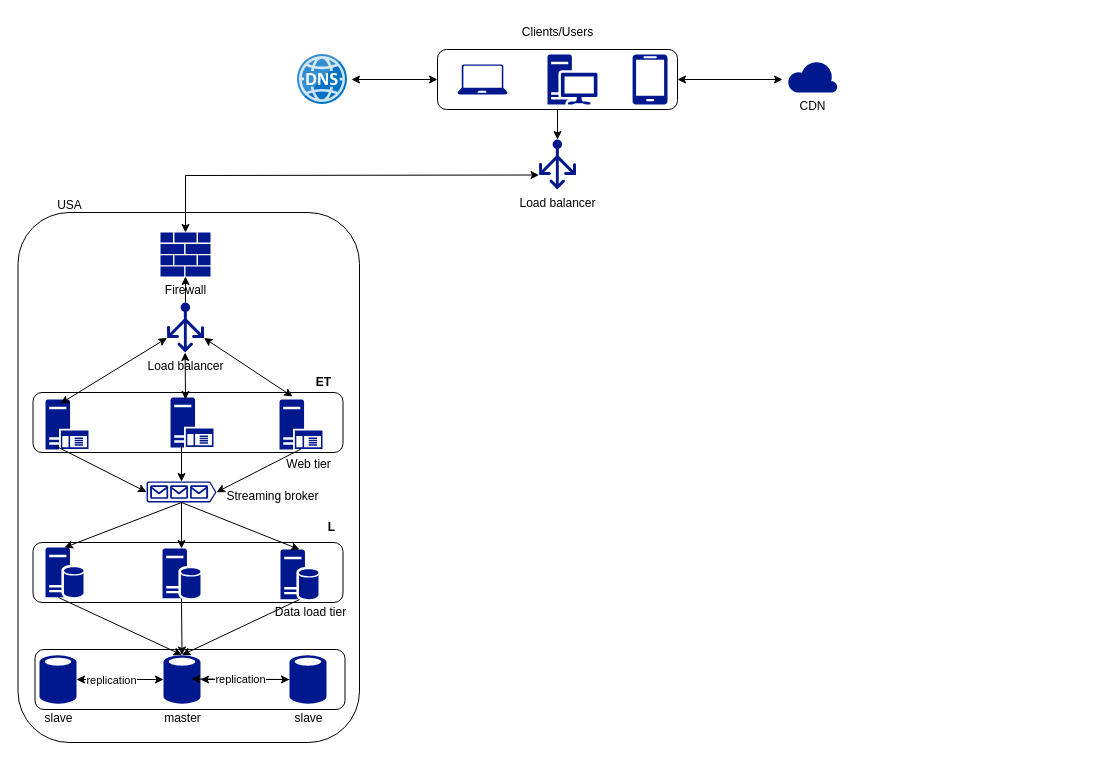
Earlier version of the draw.io diagram resoures/drawio/HLA_architectural_design_0001.drawio (hkravtsov/hla). Source tidied: cells renumbered, new cells numbered last; positions are measured from the earlier drawing's top-left corner, leaving out a move shared by most shapes. Both pictures are drawn from the tidied source at 100%, with x=0, y=0 at pixel (17, 17).
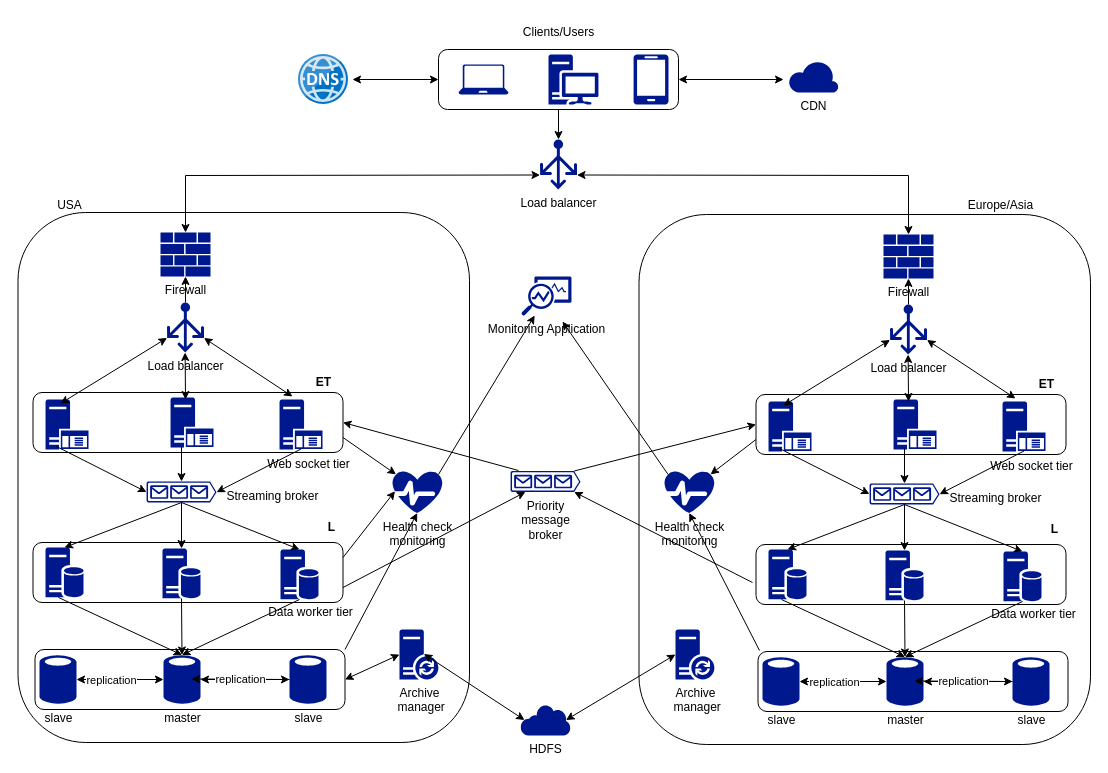
After the change.

The change refers to these unchanged cells:
```xml
<mxCell id="19" style="rounded=1;whiteSpace=wrap;html=1;" parent="1" vertex="1">
  <mxGeometry x="15.5" y="375" width="310" height="60" as="geometry" />
</mxCell>
<mxCell id="32" style="rounded=1;whiteSpace=wrap;html=1;" parent="1" vertex="1">
  <mxGeometry x="15.5" y="525" width="310" height="60" as="geometry" />
</mxCell>
<mxCell id="42" style="rounded=1;whiteSpace=wrap;html=1;" parent="1" vertex="1">
  <mxGeometry x="17.5" y="632" width="310" height="60" as="geometry" />
</mxCell>
```

The edit, as a diff of the source:
```diff
@@
     <mxCell id="2" value="Load balancer" style="sketch=0;shadow=0;dashed=0;html=1;strokeColor=none;labelPosition=center;verticalLabelPosition=bottom;verticalAlign=top;align=center;fillColor=#00188D;shape=mxgraph.azure.load_balancer_generic;" parent="1" vertex="1">
-      <mxGeometry x="521.5" y="122" width="37" height="50" as="geometry" />
+      <mxGeometry x="522.5" y="122" width="37" height="50" as="geometry" />
     </mxCell>
@@
     <mxCell id="4" style="rounded=1;whiteSpace=wrap;html=1;" parent="1" vertex="1">
-      <mxGeometry x="420" y="32" width="240" height="60" as="geometry" />
+      <mxGeometry x="421" y="32" width="240" height="60" as="geometry" />
     </mxCell>
     <mxCell id="5" style="sketch=0;shadow=0;dashed=0;html=1;strokeColor=none;labelPosition=center;verticalLabelPosition=bottom;verticalAlign=top;align=center;fillColor=#00188D;shape=mxgraph.azure.laptop;" parent="1" vertex="1">
-      <mxGeometry x="440" y="47" width="50" height="30" as="geometry" />
+      <mxGeometry x="441" y="47" width="50" height="30" as="geometry" />
     </mxCell>
     <mxCell id="6" style="sketch=0;shadow=0;dashed=0;html=1;strokeColor=none;labelPosition=center;verticalLabelPosition=bottom;verticalAlign=top;align=center;fillColor=#00188D;shape=mxgraph.mscae.enterprise.workstation_client;" parent="1" vertex="1">
-      <mxGeometry x="530" y="37" width="50" height="50" as="geometry" />
+      <mxGeometry x="531" y="37" width="50" height="50" as="geometry" />
     </mxCell>
     <mxCell id="7" style="sketch=0;shadow=0;dashed=0;html=1;strokeColor=none;labelPosition=center;verticalLabelPosition=bottom;verticalAlign=top;align=center;fillColor=#00188D;shape=mxgraph.azure.mobile;" parent="1" vertex="1">
-      <mxGeometry x="615" y="37" width="35" height="50" as="geometry" />
+      <mxGeometry x="616" y="37" width="35" height="50" as="geometry" />
     </mxCell>
     <mxCell id="8" style="image;sketch=0;html=1;points=[];align=center;fontSize=12;image=img/lib/mscae/DNS.svg;" parent="1" vertex="1">
-      <mxGeometry x="280" y="37" width="50" height="50" as="geometry" />
+      <mxGeometry x="281" y="37" width="50" height="50" as="geometry" />
     </mxCell>
@@
     <mxCell id="10" value="Clients/Users" style="text;html=1;align=center;verticalAlign=middle;strokeColor=none;fillColor=none;" parent="1" vertex="1">
-      <mxGeometry x="495" width="90" height="30" as="geometry" />
+      <mxGeometry x="496" width="90" height="30" as="geometry" />
     </mxCell>
     <mxCell id="11" value="CDN" style="sketch=0;shadow=0;dashed=0;html=1;strokeColor=none;labelPosition=center;verticalLabelPosition=bottom;verticalAlign=top;align=center;fillColor=#00188D;shape=mxgraph.azure.cloud;" parent="1" vertex="1">
-      <mxGeometry x="770" y="43" width="50" height="32" as="geometry" />
+      <mxGeometry x="771" y="43" width="50" height="32" as="geometry" />
     </mxCell>
@@
     <mxCell id="13" style="rounded=1;whiteSpace=wrap;html=1;" parent="1" vertex="1">
-      <mxGeometry x="0.5" y="195" width="341.5" height="530" as="geometry" />
+      <mxGeometry x="0.5" y="195" width="451.5" height="530" as="geometry" />
     </mxCell>
@@
-    <mxCell id="27" value="Web tier" style="text;html=1;align=center;verticalAlign=middle;strokeColor=none;fillColor=none;" parent="1" vertex="1">
-      <mxGeometry x="255.5" y="432" width="70" height="30" as="geometry" />
+    <mxCell id="27" value="Web socket tier" style="text;html=1;align=center;verticalAlign=middle;strokeColor=none;fillColor=none;" parent="1" vertex="1">
+      <mxGeometry x="235.5" y="432" width="110" height="30" as="geometry" />
     </mxCell>
@@
-    <mxCell id="41" value="Data load tier" style="text;html=1;align=center;verticalAlign=middle;strokeColor=none;fillColor=none;" parent="1" vertex="1">
-      <mxGeometry x="247.5" y="580" width="90" height="30" as="geometry" />
+    <mxCell id="41" value="Data worker tier" style="text;html=1;align=center;verticalAlign=middle;strokeColor=none;fillColor=none;" parent="1" vertex="1">
+      <mxGeometry x="237.5" y="580" width="110" height="30" as="geometry" />
     </mxCell>
@@
+    <mxCell id="54" value="Health check &lt;br&gt;monitoring" style="sketch=0;shadow=0;dashed=0;html=1;strokeColor=none;labelPosition=center;verticalLabelPosition=bottom;verticalAlign=top;align=center;fillColor=#00188D;shape=mxgraph.azure.health_monitoring;" parent="1" vertex="1">
+      <mxGeometry x="375" y="453.5" width="50" height="42" as="geometry" />
+    </mxCell>
+    <mxCell id="55" value="Monitoring Application" style="sketch=0;shadow=0;dashed=0;html=1;strokeColor=none;labelPosition=center;verticalLabelPosition=bottom;verticalAlign=top;align=center;fillColor=#00188D;shape=mxgraph.mscae.enterprise.monitor_running_apps;" parent="1" vertex="1">
+      <mxGeometry x="504" y="259" width="50" height="39" as="geometry" />
+    </mxCell>
+    <mxCell id="56" value="Archive&lt;br&gt;&amp;nbsp;manager" style="sketch=0;shadow=0;dashed=0;html=1;strokeColor=none;labelPosition=center;verticalLabelPosition=bottom;verticalAlign=top;align=center;fillColor=#00188D;shape=mxgraph.mscae.enterprise.database_synchronization;" parent="1" vertex="1">
+      <mxGeometry x="382" y="612" width="39" height="50" as="geometry" />
+    </mxCell>
+    <mxCell id="57" style="endArrow=classic;startArrow=classic;html=1;rounded=0;entryX=0;entryY=0.5;entryDx=0;entryDy=0;entryPerimeter=0;exitX=1;exitY=0.5;exitDx=0;exitDy=0;" parent="1" edge="1" source="42" target="56">
+      <mxGeometry relative="1" as="geometry" />
+    </mxCell>
+    <mxCell id="58" style="endArrow=classic;html=1;rounded=0;exitX=1;exitY=0.75;exitDx=0;exitDy=0;entryX=0.07;entryY=0.08;entryDx=0;entryDy=0;entryPerimeter=0;" parent="1" edge="1" source="19" target="54">
+      <mxGeometry relative="1" as="geometry" />
+    </mxCell>
+    <mxCell id="59" style="endArrow=classic;html=1;rounded=0;entryX=0.05;entryY=0.48;entryDx=0;entryDy=0;entryPerimeter=0;exitX=1;exitY=0.25;exitDx=0;exitDy=0;" parent="1" edge="1" source="32" target="54">
+      <mxGeometry relative="1" as="geometry" />
+    </mxCell>
+    <mxCell id="60" style="endArrow=classic;html=1;rounded=0;entryX=0.495;entryY=1;entryDx=0;entryDy=0;entryPerimeter=0;exitX=1;exitY=0;exitDx=0;exitDy=0;" parent="1" edge="1" source="42" target="54">
+      <mxGeometry relative="1" as="geometry" />
+    </mxCell>
+    <mxCell id="61" style="endArrow=classic;html=1;rounded=0;exitX=0.92;exitY=0.08;exitDx=0;exitDy=0;exitPerimeter=0;" parent="1" edge="1" source="54" target="55">
+      <mxGeometry relative="1" as="geometry" />
+    </mxCell>
+    <mxCell id="62" value="Priority &lt;br&gt;message &lt;br&gt;broker" style="sketch=0;shadow=0;dashed=0;html=1;strokeColor=none;labelPosition=center;verticalLabelPosition=bottom;verticalAlign=top;align=center;fillColor=#00188D;shape=mxgraph.azure.queue_generic;" parent="1" vertex="1">
+      <mxGeometry x="493" y="453.5" width="70" height="21" as="geometry" />
+    </mxCell>
+    <mxCell id="63" value="HDFS" style="sketch=0;shadow=0;dashed=0;html=1;strokeColor=none;labelPosition=center;verticalLabelPosition=bottom;verticalAlign=top;align=center;fillColor=#00188D;shape=mxgraph.mscae.enterprise.internet;" parent="1" vertex="1">
+      <mxGeometry x="503" y="687" width="50" height="31" as="geometry" />
+    </mxCell>
+    <mxCell id="64" style="endArrow=classic;startArrow=classic;html=1;rounded=0;exitX=0.625;exitY=0.49;exitDx=0;exitDy=0;exitPerimeter=0;entryX=0.08;entryY=0.5;entryDx=0;entryDy=0;entryPerimeter=0;" parent="1" edge="1" source="56" target="63">
+      <mxGeometry relative="1" as="geometry" />
+    </mxCell>
+    <mxCell id="65" style="endArrow=classic;html=1;rounded=0;exitX=1;exitY=0.75;exitDx=0;exitDy=0;" parent="1" edge="1" source="32" target="62">
+      <mxGeometry relative="1" as="geometry" />
+    </mxCell>
+    <mxCell id="66" style="endArrow=classic;html=1;rounded=0;exitX=0.114;exitY=-0.024;exitDx=0;exitDy=0;exitPerimeter=0;entryX=1;entryY=0.5;entryDx=0;entryDy=0;" parent="1" edge="1" source="62" target="19">
+      <mxGeometry relative="1" as="geometry" />
+    </mxCell>
+    <mxCell id="67" style="rounded=1;whiteSpace=wrap;html=1;" parent="1" vertex="1">
+      <mxGeometry x="621.5" y="197" width="451.5" height="530" as="geometry" />
+    </mxCell>
+    <mxCell id="68" value="Firewall" style="sketch=0;shadow=0;dashed=0;html=1;strokeColor=none;labelPosition=center;verticalLabelPosition=bottom;verticalAlign=top;align=center;fillColor=#00188D;shape=mxgraph.mscae.enterprise.firewall;" parent="1" vertex="1">
+      <mxGeometry x="866" y="217" width="50" height="44" as="geometry" />
+    </mxCell>
+    <mxCell id="69" style="edgeStyle=orthogonalEdgeStyle;rounded=0;jettySize=auto;html=1;" parent="1" edge="1" source="70" target="68">
+      <mxGeometry relative="1" as="geometry" />
+    </mxCell>
+    <mxCell id="70" value="Load balancer" style="sketch=0;shadow=0;dashed=0;html=1;strokeColor=none;labelPosition=center;verticalLabelPosition=bottom;verticalAlign=top;align=center;fillColor=#00188D;shape=mxgraph.azure.load_balancer_generic;" parent="1" vertex="1">
+      <mxGeometry x="872.5" y="287" width="37" height="50" as="geometry" />
+    </mxCell>
+    <mxCell id="71" style="rounded=1;whiteSpace=wrap;html=1;" parent="1" vertex="1">
+      <mxGeometry x="738.5" y="377" width="310" height="60" as="geometry" />
+    </mxCell>
+    <mxCell id="72" style="sketch=0;shadow=0;dashed=0;html=1;strokeColor=none;labelPosition=center;verticalLabelPosition=bottom;verticalAlign=top;align=center;fillColor=#00188D;shape=mxgraph.mscae.enterprise.application_server;" parent="1" vertex="1">
+      <mxGeometry x="751" y="384" width="43" height="50" as="geometry" />
+    </mxCell>
+    <mxCell id="73" style="sketch=0;shadow=0;dashed=0;html=1;strokeColor=none;labelPosition=center;verticalLabelPosition=bottom;verticalAlign=top;align=center;fillColor=#00188D;shape=mxgraph.mscae.enterprise.application_server;" parent="1" vertex="1">
+      <mxGeometry x="876" y="382" width="43" height="50" as="geometry" />
+    </mxCell>
+    <mxCell id="74" style="sketch=0;shadow=0;dashed=0;html=1;strokeColor=none;labelPosition=center;verticalLabelPosition=bottom;verticalAlign=top;align=center;fillColor=#00188D;shape=mxgraph.mscae.enterprise.application_server;" parent="1" vertex="1">
+      <mxGeometry x="985" y="384" width="43" height="50" as="geometry" />
+    </mxCell>
+    <mxCell id="75" style="endArrow=classic;startArrow=classic;html=1;rounded=0;entryX=0;entryY=0.71;entryDx=0;entryDy=0;entryPerimeter=0;exitX=0.349;exitY=0.08;exitDx=0;exitDy=0;exitPerimeter=0;" parent="1" edge="1" source="72" target="70">
+      <mxGeometry relative="1" as="geometry" />
+    </mxCell>
+    <mxCell id="76" style="endArrow=classic;startArrow=classic;html=1;rounded=0;entryX=0.49;entryY=1;entryDx=0;entryDy=0;entryPerimeter=0;exitX=0.349;exitY=0.04;exitDx=0;exitDy=0;exitPerimeter=0;" parent="1" edge="1" source="73" target="70">
+      <mxGeometry relative="1" as="geometry" />
+    </mxCell>
+    <mxCell id="77" style="endArrow=classic;startArrow=classic;html=1;rounded=0;entryX=1;entryY=0.71;entryDx=0;entryDy=0;entryPerimeter=0;exitX=0.302;exitY=-0.06;exitDx=0;exitDy=0;exitPerimeter=0;" parent="1" edge="1" source="74" target="70">
+      <mxGeometry relative="1" as="geometry" />
+    </mxCell>
+    <mxCell id="78" style="sketch=0;shadow=0;dashed=0;html=1;strokeColor=none;labelPosition=center;verticalLabelPosition=bottom;verticalAlign=top;align=center;fillColor=#00188D;shape=mxgraph.azure.queue_generic;" parent="1" vertex="1">
+      <mxGeometry x="852" y="466" width="70" height="21" as="geometry" />
+    </mxCell>
+    <mxCell id="79" value="Web socket tier" style="text;html=1;align=center;verticalAlign=middle;strokeColor=none;fillColor=none;" parent="1" vertex="1">
+      <mxGeometry x="958.5" y="434" width="110" height="30" as="geometry" />
+    </mxCell>
+    <mxCell id="80" style="endArrow=classic;html=1;rounded=0;exitX=0.256;exitY=0.94;exitDx=0;exitDy=0;exitPerimeter=0;entryX=0;entryY=0.5;entryDx=0;entryDy=0;entryPerimeter=0;" parent="1" edge="1" source="72" target="78">
+      <mxGeometry relative="1" as="geometry" />
+    </mxCell>
+    <mxCell id="81" style="endArrow=classic;html=1;rounded=0;entryX=0.5;entryY=0;entryDx=0;entryDy=0;entryPerimeter=0;exitX=0.256;exitY=0.98;exitDx=0;exitDy=0;exitPerimeter=0;" parent="1" edge="1" source="73" target="78">
+      <mxGeometry relative="1" as="geometry" />
+    </mxCell>
+    <mxCell id="82" style="endArrow=classic;html=1;rounded=0;entryX=1;entryY=0.51;entryDx=0;entryDy=0;entryPerimeter=0;exitX=0.5;exitY=0.99;exitDx=0;exitDy=0;exitPerimeter=0;" parent="1" edge="1" source="74" target="78">
+      <mxGeometry relative="1" as="geometry" />
+    </mxCell>
+    <mxCell id="83" value="Streaming broker" style="text;html=1;align=center;verticalAlign=middle;strokeColor=none;fillColor=none;" parent="1" vertex="1">
+      <mxGeometry x="918" y="466" width="120" height="30" as="geometry" />
+    </mxCell>
+    <mxCell id="84" style="rounded=1;whiteSpace=wrap;html=1;" parent="1" vertex="1">
+      <mxGeometry x="738.5" y="527" width="310" height="60" as="geometry" />
+    </mxCell>
+    <mxCell id="85" value="&lt;b&gt;ET&lt;/b&gt;" style="text;html=1;align=center;verticalAlign=middle;strokeColor=none;fillColor=none;" parent="1" vertex="1">
+      <mxGeometry x="1008.5" y="352" width="40" height="30" as="geometry" />
+    </mxCell>
+    <mxCell id="86" style="sketch=0;shadow=0;dashed=0;html=1;strokeColor=none;labelPosition=center;verticalLabelPosition=bottom;verticalAlign=top;align=center;fillColor=#00188D;shape=mxgraph.mscae.enterprise.database_server;" parent="1" vertex="1">
+      <mxGeometry x="751" y="532" width="38" height="50" as="geometry" />
+    </mxCell>
+    <mxCell id="87" style="sketch=0;shadow=0;dashed=0;html=1;strokeColor=none;labelPosition=center;verticalLabelPosition=bottom;verticalAlign=top;align=center;fillColor=#00188D;shape=mxgraph.mscae.enterprise.database_server;" parent="1" vertex="1">
+      <mxGeometry x="868" y="533" width="38" height="50" as="geometry" />
+    </mxCell>
+    <mxCell id="88" style="sketch=0;shadow=0;dashed=0;html=1;strokeColor=none;labelPosition=center;verticalLabelPosition=bottom;verticalAlign=top;align=center;fillColor=#00188D;shape=mxgraph.mscae.enterprise.database_server;" parent="1" vertex="1">
+      <mxGeometry x="986" y="534" width="38" height="50" as="geometry" />
+    </mxCell>
+    <mxCell id="89" style="endArrow=classic;html=1;rounded=0;exitX=0.5;exitY=1;exitDx=0;exitDy=0;exitPerimeter=0;entryX=0.5;entryY=0;entryDx=0;entryDy=0;entryPerimeter=0;" parent="1" edge="1" source="78" target="86">
+      <mxGeometry relative="1" as="geometry" />
+    </mxCell>
+    <mxCell id="90" style="endArrow=classic;html=1;rounded=0;entryX=0.5;entryY=0;entryDx=0;entryDy=0;entryPerimeter=0;exitX=0.5;exitY=1;exitDx=0;exitDy=0;exitPerimeter=0;" parent="1" edge="1" source="78" target="87">
+      <mxGeometry relative="1" as="geometry" />
+    </mxCell>
+    <mxCell id="91" style="endArrow=classic;html=1;rounded=0;entryX=0.5;entryY=0;entryDx=0;entryDy=0;entryPerimeter=0;exitX=0.5;exitY=1;exitDx=0;exitDy=0;exitPerimeter=0;" parent="1" edge="1" source="78" target="88">
+      <mxGeometry relative="1" as="geometry" />
+    </mxCell>
+    <mxCell id="92" value="&lt;b&gt;L&lt;/b&gt;" style="text;html=1;align=center;verticalAlign=middle;strokeColor=none;fillColor=none;" parent="1" vertex="1">
+      <mxGeometry x="1021.5" y="497" width="30" height="30" as="geometry" />
+    </mxCell>
+    <mxCell id="93" value="Data worker tier" style="text;html=1;align=center;verticalAlign=middle;strokeColor=none;fillColor=none;" parent="1" vertex="1">
+      <mxGeometry x="960.5" y="582" width="110" height="30" as="geometry" />
+    </mxCell>
+    <mxCell id="94" style="rounded=1;whiteSpace=wrap;html=1;" parent="1" vertex="1">
+      <mxGeometry x="740.5" y="634" width="310" height="60" as="geometry" />
+    </mxCell>
+    <mxCell id="95" value="slave" style="sketch=0;shadow=0;dashed=0;html=1;strokeColor=none;labelPosition=center;verticalLabelPosition=bottom;verticalAlign=top;align=center;fillColor=#00188D;shape=mxgraph.mscae.enterprise.database_generic;" parent="1" vertex="1">
+      <mxGeometry x="745" y="639" width="37" height="50" as="geometry" />
+    </mxCell>
+    <mxCell id="96" value="master" style="sketch=0;shadow=0;dashed=0;html=1;strokeColor=none;labelPosition=center;verticalLabelPosition=bottom;verticalAlign=top;align=center;fillColor=#00188D;shape=mxgraph.mscae.enterprise.database_generic;" parent="1" vertex="1">
+      <mxGeometry x="869" y="639" width="37" height="50" as="geometry" />
+    </mxCell>
+    <mxCell id="97" style="edgeStyle=orthogonalEdgeStyle;rounded=0;jettySize=auto;html=1;" parent="1" edge="1" source="98" target="96">
+      <mxGeometry relative="1" as="geometry" />
+    </mxCell>
+    <mxCell id="98" value="slave" style="sketch=0;shadow=0;dashed=0;html=1;strokeColor=none;labelPosition=center;verticalLabelPosition=bottom;verticalAlign=top;align=center;fillColor=#00188D;shape=mxgraph.mscae.enterprise.database_generic;" parent="1" vertex="1">
+      <mxGeometry x="995" y="639" width="37" height="50" as="geometry" />
+    </mxCell>
+    <mxCell id="99" style="endArrow=classic;html=1;rounded=0;entryX=0.5;entryY=0.01;entryDx=0;entryDy=0;entryPerimeter=0;exitX=0.342;exitY=1;exitDx=0;exitDy=0;exitPerimeter=0;" parent="1" edge="1" source="86" target="96">
+      <mxGeometry relative="1" as="geometry" />
+    </mxCell>
+    <mxCell id="100" style="endArrow=classic;html=1;rounded=0;entryX=0.5;entryY=0.01;entryDx=0;entryDy=0;entryPerimeter=0;exitX=0.5;exitY=1;exitDx=0;exitDy=0;exitPerimeter=0;" parent="1" edge="1" source="87" target="96">
+      <mxGeometry relative="1" as="geometry" />
+    </mxCell>
+    <mxCell id="101" style="endArrow=classic;html=1;rounded=0;entryX=0.5;entryY=0.01;entryDx=0;entryDy=0;entryPerimeter=0;exitX=0.5;exitY=1;exitDx=0;exitDy=0;exitPerimeter=0;" parent="1" edge="1" source="88" target="96">
+      <mxGeometry relative="1" as="geometry" />
+    </mxCell>
+    <mxCell id="102" style="endArrow=classic;startArrow=classic;html=1;rounded=0;exitX=1;exitY=0.5;exitDx=0;exitDy=0;exitPerimeter=0;entryX=0;entryY=0.5;entryDx=0;entryDy=0;entryPerimeter=0;" parent="1" edge="1" source="95" target="96">
+      <mxGeometry relative="1" as="geometry" />
+    </mxCell>
+    <mxCell id="103" value="replication" style="edgeLabel;html=1;align=center;verticalAlign=middle;" parent="102" vertex="1">
+      <mxGeometry x="-0.21" relative="1" as="geometry" />
+    </mxCell>
+    <mxCell id="104" style="endArrow=classic;startArrow=classic;html=1;rounded=0;exitX=1;exitY=0.5;exitDx=0;exitDy=0;exitPerimeter=0;entryX=0;entryY=0.5;entryDx=0;entryDy=0;entryPerimeter=0;" parent="1" edge="1" target="98">
+      <mxGeometry relative="1" as="geometry">
+        <mxPoint x="897" y="663.5" as="sourcePoint" />
+      </mxGeometry>
+    </mxCell>
+    <mxCell id="105" value="replication" style="edgeLabel;html=1;align=center;verticalAlign=middle;" parent="104" vertex="1">
+      <mxGeometry x="0.01" relative="1" as="geometry" />
+    </mxCell>
+    <mxCell id="106" value="Health check &lt;br&gt;monitoring" style="sketch=0;shadow=0;dashed=0;html=1;strokeColor=none;labelPosition=center;verticalLabelPosition=bottom;verticalAlign=top;align=center;fillColor=#00188D;shape=mxgraph.azure.health_monitoring;" parent="1" vertex="1">
+      <mxGeometry x="647" y="453.5" width="50" height="42" as="geometry" />
+    </mxCell>
+    <mxCell id="107" value="Archive&lt;br&gt;&amp;nbsp;manager" style="sketch=0;shadow=0;dashed=0;html=1;strokeColor=none;labelPosition=center;verticalLabelPosition=bottom;verticalAlign=top;align=center;fillColor=#00188D;shape=mxgraph.mscae.enterprise.database_synchronization;" parent="1" vertex="1">
+      <mxGeometry x="658" y="612" width="39" height="50" as="geometry" />
+    </mxCell>
+    <mxCell id="108" style="endArrow=classic;html=1;rounded=0;exitX=0;exitY=0.75;exitDx=0;exitDy=0;entryX=0.92;entryY=0.08;entryDx=0;entryDy=0;entryPerimeter=0;" parent="1" edge="1" source="71" target="106">
+      <mxGeometry relative="1" as="geometry" />
+    </mxCell>
+    <mxCell id="109" style="endArrow=classic;html=1;rounded=0;entryX=0.495;entryY=1;entryDx=0;entryDy=0;entryPerimeter=0;exitX=-0.081;exitY=-0.12;exitDx=0;exitDy=0;exitPerimeter=0;" parent="1" edge="1" source="95" target="106">
+      <mxGeometry relative="1" as="geometry" />
+    </mxCell>
+    <mxCell id="110" style="endArrow=classic;startArrow=classic;html=1;rounded=0;exitX=0.91;exitY=0.5;exitDx=0;exitDy=0;exitPerimeter=0;entryX=0;entryY=0.5;entryDx=0;entryDy=0;entryPerimeter=0;" parent="1" edge="1" source="63" target="107">
+      <mxGeometry relative="1" as="geometry" />
+    </mxCell>
+    <mxCell id="111" style="endArrow=classic;html=1;rounded=0;entryX=0.91;entryY=1;entryDx=0;entryDy=0;entryPerimeter=0;" parent="1" edge="1" target="62">
+      <mxGeometry relative="1" as="geometry">
+        <mxPoint x="735" y="565" as="sourcePoint" />
+      </mxGeometry>
+    </mxCell>
+    <mxCell id="112" value="Europe/Asia" style="text;html=1;align=center;verticalAlign=middle;strokeColor=none;fillColor=none;" parent="1" vertex="1">
+      <mxGeometry x="938" y="173" width="90" height="30" as="geometry" />
+    </mxCell>
+    <mxCell id="113" style="endArrow=classic;html=1;rounded=0;entryX=0.82;entryY=1.154;entryDx=0;entryDy=0;entryPerimeter=0;exitX=0.07;exitY=0.08;exitDx=0;exitDy=0;exitPerimeter=0;" parent="1" edge="1" source="106" target="55">
+      <mxGeometry relative="1" as="geometry" />
+    </mxCell>
+    <mxCell id="114" style="endArrow=classic;startArrow=classic;html=1;rounded=0;entryX=1;entryY=0.71;entryDx=0;entryDy=0;entryPerimeter=0;exitX=0.5;exitY=0;exitDx=0;exitDy=0;exitPerimeter=0;" parent="1" edge="1" source="68" target="2">
+      <mxGeometry relative="1" as="geometry">
+        <Array as="points">
+          <mxPoint x="891" y="158" />
+        </Array>
+      </mxGeometry>
+    </mxCell>
+    <mxCell id="115" style="endArrow=classic;html=1;rounded=0;entryX=0;entryY=0.5;entryDx=0;entryDy=0;exitX=0.91;exitY=0;exitDx=0;exitDy=0;exitPerimeter=0;" parent="1" edge="1" source="62" target="71">
+      <mxGeometry relative="1" as="geometry" />
+    </mxCell>
```
